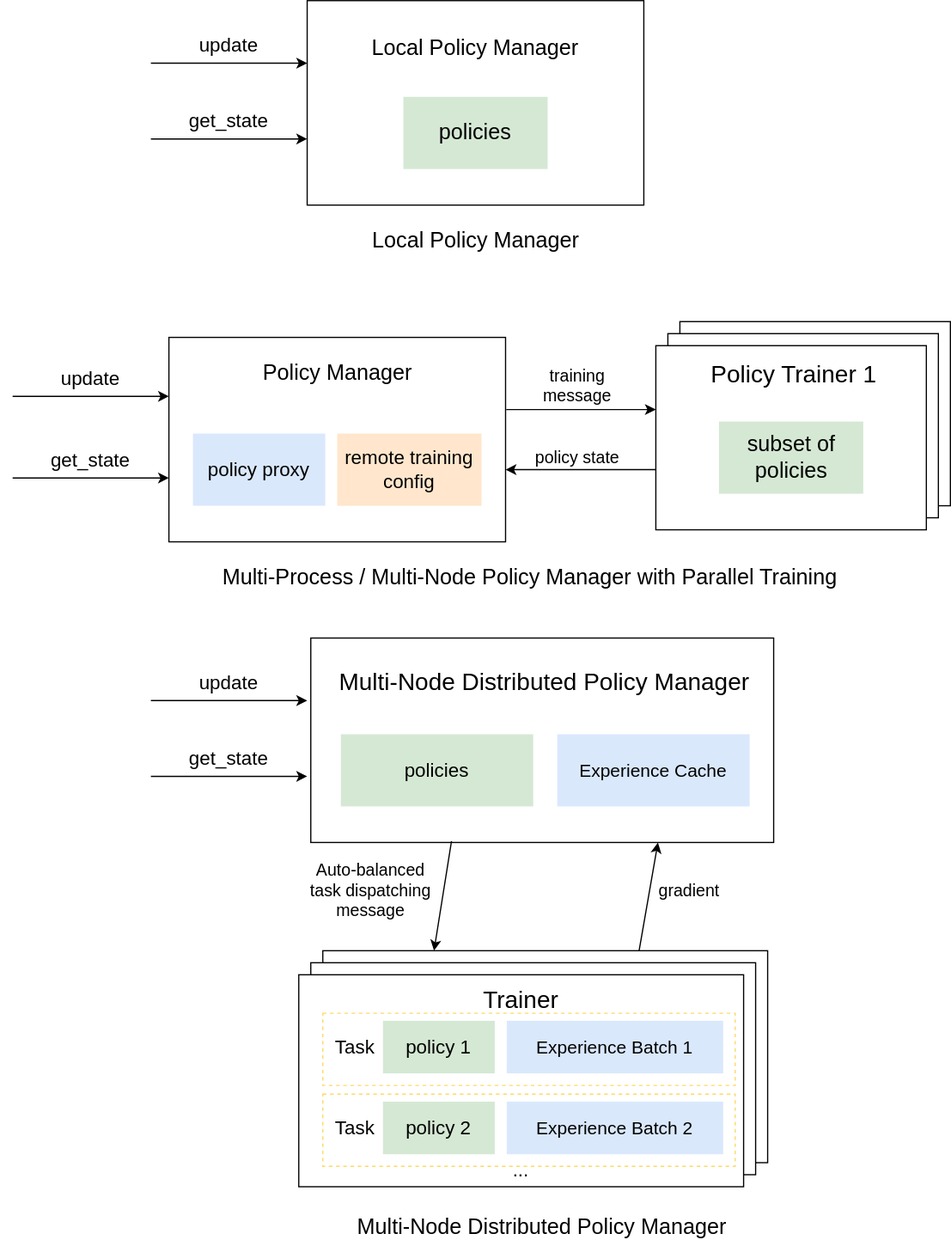
Above: docs/source/images/rl/policy_manager.svg in microsoft/maro (draw.io), before the change. Source tidied: cells renumbered, new cells last; positions are measured from the earlier drawing's top-left corner, leaving out a move shared by most shapes.
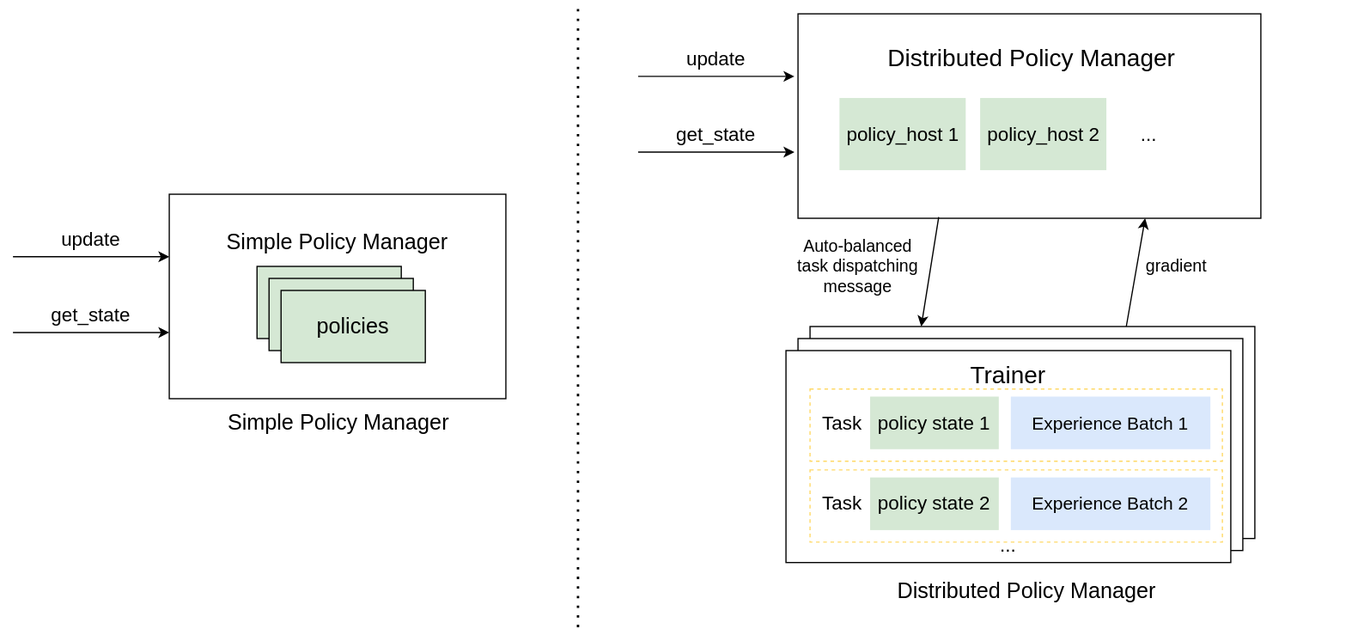
Later version of the same file.

What changed in the source:
```diff
@@ -3,108 +3,43 @@
     <mxCell id="0" />
     <mxCell id="1" parent="0" />
     <mxCell id="2" style="rounded=0;whiteSpace=wrap;html=1;fontSize=18;fillColor=none;" parent="1" vertex="1">
-      <mxGeometry x="255" width="280" height="170" as="geometry" />
+      <mxGeometry x="-265" y="680" width="280" height="170" as="geometry" />
     </mxCell>
-    <mxCell id="3" value="Local Policy Manager" style="text;html=1;strokeColor=none;fillColor=none;align=center;verticalAlign=middle;whiteSpace=wrap;rounded=0;fontSize=18;" parent="1" vertex="1">
-      <mxGeometry x="295" y="20" width="200" height="40" as="geometry" />
+    <mxCell id="3" value="Simple Policy Manager" style="text;html=1;strokeColor=none;fillColor=none;align=center;verticalAlign=middle;whiteSpace=wrap;rounded=0;fontSize=18;" parent="1" vertex="1">
+      <mxGeometry x="-225" y="700" width="200" height="40" as="geometry" />
     </mxCell>
-    <mxCell id="4" value="policies" style="rounded=0;whiteSpace=wrap;html=1;fontSize=18;fillColor=#d5e8d4;strokeColor=none;" parent="1" vertex="1">
-      <mxGeometry x="335" y="80" width="120" height="60" as="geometry" />
+    <mxCell id="4" value="policies" style="rounded=0;whiteSpace=wrap;html=1;fontSize=18;fillColor=#d5e8d4;" parent="1" vertex="1">
+      <mxGeometry x="-192" y="740" width="120" height="60" as="geometry" />
     </mxCell>
     <mxCell id="5" style="endArrow=classic;html=1;fontSize=18;entryX=0;entryY=0.5;entryDx=0;entryDy=0;" parent="1" edge="1">
       <mxGeometry relative="1" as="geometry">
-        <mxPoint x="125" y="52" as="sourcePoint" />
-        <mxPoint x="255" y="52" as="targetPoint" />
+        <mxPoint x="-395" y="732" as="sourcePoint" />
+        <mxPoint x="-265" y="732" as="targetPoint" />
       </mxGeometry>
     </mxCell>
     <mxCell id="6" value="update" style="text;html=1;strokeColor=none;fillColor=none;align=center;verticalAlign=middle;whiteSpace=wrap;rounded=0;fontSize=16;" parent="1" vertex="1">
-      <mxGeometry x="115" y="27" width="150" height="20" as="geometry" />
+      <mxGeometry x="-405" y="707" width="150" height="20" as="geometry" />
     </mxCell>
-    <mxCell id="7" style="rounded=0;whiteSpace=wrap;html=1;fontSize=18;fillColor=none;" parent="1" vertex="1">
-      <mxGeometry x="140" y="280" width="280" height="170" as="geometry" />
-    </mxCell>
-    <mxCell id="8" value="Policy Manager" style="text;html=1;strokeColor=none;fillColor=none;align=center;verticalAlign=middle;whiteSpace=wrap;rounded=0;fontSize=18;" parent="1" vertex="1">
-      <mxGeometry x="172.5" y="290" width="215" height="40" as="geometry" />
-    </mxCell>
-    <mxCell id="9" style="endArrow=classic;html=1;fontSize=18;entryX=0;entryY=0.5;entryDx=0;entryDy=0;" parent="1" edge="1">
-      <mxGeometry relative="1" as="geometry">
-        <mxPoint x="10" y="329" as="sourcePoint" />
-        <mxPoint x="140" y="329" as="targetPoint" />
-      </mxGeometry>
-    </mxCell>
-    <mxCell id="10" value="update" style="text;html=1;strokeColor=none;fillColor=none;align=center;verticalAlign=middle;whiteSpace=wrap;rounded=0;fontSize=16;" parent="1" vertex="1">
-      <mxGeometry y="304" width="150" height="20" as="geometry" />
-    </mxCell>
-    <mxCell id="11" value="policy proxy" style="rounded=0;whiteSpace=wrap;html=1;fontSize=16;fillColor=#dae8fc;strokeColor=none;" parent="1" vertex="1">
-      <mxGeometry x="160" y="360" width="110" height="60" as="geometry" />
-    </mxCell>
-    <mxCell id="12" value="remote training config" style="rounded=0;whiteSpace=wrap;html=1;fontSize=16;fillColor=#ffe6cc;strokeColor=none;" parent="1" vertex="1">
-      <mxGeometry x="280" y="360" width="120" height="60" as="geometry" />
-    </mxCell>
-    <mxCell id="13" style="rounded=0;whiteSpace=wrap;html=1;strokeColor=#000000;fontSize=12;align=center;" parent="1" vertex="1">
-      <mxGeometry x="565" y="266.9" width="225" height="153.1" as="geometry" />
-    </mxCell>
-    <mxCell id="14" style="rounded=0;whiteSpace=wrap;html=1;strokeColor=#000000;fontSize=12;align=center;" parent="1" vertex="1">
-      <mxGeometry x="555" y="276.9" width="225" height="153.1" as="geometry" />
-    </mxCell>
-    <mxCell id="15" style="rounded=0;whiteSpace=wrap;html=1;strokeColor=#000000;fontSize=15;align=center;" parent="1" vertex="1">
-      <mxGeometry x="545" y="286.9" width="225" height="153.1" as="geometry" />
-    </mxCell>
-    <mxCell id="16" value="&lt;font style=&quot;font-size: 20px&quot;&gt;Policy Trainer 1&lt;/font&gt;" style="text;html=1;strokeColor=none;fillColor=none;align=center;verticalAlign=middle;whiteSpace=wrap;rounded=0;fontSize=15;" parent="1" vertex="1">
-      <mxGeometry x="570" y="300" width="180" height="20" as="geometry" />
-    </mxCell>
-    <mxCell id="17" style="endArrow=classic;html=1;fontSize=16;exitX=1.002;exitY=0.353;exitDx=0;exitDy=0;exitPerimeter=0;" parent="1" edge="1" source="7">
-      <mxGeometry relative="1" as="geometry">
-        <mxPoint x="545" y="340" as="targetPoint" />
-      </mxGeometry>
-    </mxCell>
     <mxCell id="18" style="endArrow=classic;html=1;fontSize=18;entryX=0;entryY=0.5;entryDx=0;entryDy=0;" parent="1" edge="1">
       <mxGeometry relative="1" as="geometry">
-        <mxPoint x="125" y="115" as="sourcePoint" />
-        <mxPoint x="255" y="115" as="targetPoint" />
+        <mxPoint x="-395" y="795" as="sourcePoint" />
+        <mxPoint x="-265" y="795" as="targetPoint" />
       </mxGeometry>
     </mxCell>
     <mxCell id="19" value="get_state" style="text;html=1;strokeColor=none;fillColor=none;align=center;verticalAlign=middle;whiteSpace=wrap;rounded=0;fontSize=16;" parent="1" vertex="1">
-      <mxGeometry x="115" y="90" width="150" height="20" as="geometry" />
+      <mxGeometry x="-405" y="770" width="150" height="20" as="geometry" />
     </mxCell>
-    <mxCell id="20" style="endArrow=classic;html=1;fontSize=18;entryX=0;entryY=0.5;entryDx=0;entryDy=0;" parent="1" edge="1">
-      <mxGeometry relative="1" as="geometry">
-        <mxPoint x="10" y="396.9" as="sourcePoint" />
-        <mxPoint x="140" y="396.9" as="targetPoint" />
-      </mxGeometry>
-    </mxCell>
-    <mxCell id="21" value="get_state" style="text;html=1;strokeColor=none;fillColor=none;align=center;verticalAlign=middle;whiteSpace=wrap;rounded=0;fontSize=16;" parent="1" vertex="1">
-      <mxGeometry y="371.9" width="150" height="20" as="geometry" />
-    </mxCell>
-    <mxCell id="22" value="subset of policies" style="rounded=0;whiteSpace=wrap;html=1;fontSize=18;fillColor=#d5e8d4;strokeColor=none;" parent="1" vertex="1">
-      <mxGeometry x="597.5" y="350" width="120" height="60" as="geometry" />
-    </mxCell>
-    <mxCell id="23" value="training message" style="text;html=1;strokeColor=none;fillColor=none;align=center;verticalAlign=middle;whiteSpace=wrap;rounded=0;fontSize=14;" parent="1" vertex="1">
-      <mxGeometry x="460" y="310" width="40" height="20" as="geometry" />
-    </mxCell>
-    <mxCell id="24" style="endArrow=classic;html=1;fontSize=14;" parent="1" edge="1">
-      <mxGeometry relative="1" as="geometry">
-        <mxPoint x="545" y="390" as="sourcePoint" />
-        <mxPoint x="420" y="390" as="targetPoint" />
-      </mxGeometry>
-    </mxCell>
-    <mxCell id="25" value="policy state" style="text;html=1;strokeColor=none;fillColor=none;align=center;verticalAlign=middle;whiteSpace=wrap;rounded=0;fontSize=14;" parent="1" vertex="1">
-      <mxGeometry x="440" y="370" width="80" height="20" as="geometry" />
-    </mxCell>
-    <mxCell id="26" value="Local Policy Manager" style="text;html=1;strokeColor=none;fillColor=none;align=center;verticalAlign=middle;whiteSpace=wrap;rounded=0;fontSize=18;" parent="1" vertex="1">
-      <mxGeometry x="292.5" y="190" width="205" height="20" as="geometry" />
+    <mxCell id="26" value="Simple Policy Manager&amp;nbsp;" style="text;html=1;strokeColor=none;fillColor=none;align=center;verticalAlign=middle;whiteSpace=wrap;rounded=0;fontSize=18;" parent="1" vertex="1">
+      <mxGeometry x="-224.5" y="860" width="205" height="20" as="geometry" />
     </mxCell>
-    <mxCell id="27" value="Multi-Process / Multi-Node Policy Manager with Parallel Training" style="text;html=1;strokeColor=none;fillColor=none;align=center;verticalAlign=middle;whiteSpace=wrap;rounded=0;fontSize=18;" parent="1" vertex="1">
-      <mxGeometry x="161" y="470" width="558.8" height="20" as="geometry" />
-    </mxCell>
     <mxCell id="28" style="rounded=0;whiteSpace=wrap;html=1;fontSize=18;" parent="1" vertex="1">
       <mxGeometry x="258" y="530" width="385" height="170" as="geometry" />
     </mxCell>
-    <mxCell id="29" value="&lt;font style=&quot;font-size: 20px&quot;&gt;Multi-Node Distributed Policy Manager&lt;/font&gt;" style="text;html=1;strokeColor=none;fillColor=none;align=center;verticalAlign=middle;whiteSpace=wrap;rounded=0;fontSize=18;" parent="1" vertex="1">
+    <mxCell id="29" value="&lt;font style=&quot;font-size: 20px&quot;&gt;Distributed Policy Manager&lt;/font&gt;" style="text;html=1;strokeColor=none;fillColor=none;align=center;verticalAlign=middle;whiteSpace=wrap;rounded=0;fontSize=18;" parent="1" vertex="1">
       <mxGeometry x="279" y="547" width="347.4" height="40" as="geometry" />
     </mxCell>
-    <mxCell id="30" value="policies" style="rounded=0;whiteSpace=wrap;html=1;fontSize=16;fillColor=#d5e8d4;strokeColor=none;" parent="1" vertex="1">
-      <mxGeometry x="283" y="610" width="160" height="60" as="geometry" />
+    <mxCell id="30" value="policy_host 1" style="rounded=0;whiteSpace=wrap;html=1;fontSize=16;fillColor=#d5e8d4;strokeColor=none;" parent="1" vertex="1">
+      <mxGeometry x="292.5" y="600" width="105" height="60" as="geometry" />
     </mxCell>
     <mxCell id="31" style="endArrow=classic;html=1;fontSize=18;entryX=0;entryY=0.5;entryDx=0;entryDy=0;" parent="1" edge="1">
       <mxGeometry relative="1" as="geometry">
@@ -148,17 +83,14 @@
     <mxCell id="42" value="gradient" style="text;html=1;strokeColor=none;fillColor=none;align=center;verticalAlign=middle;whiteSpace=wrap;rounded=0;fontSize=14;" parent="1" vertex="1">
       <mxGeometry x="523" y="730" width="100" height="20" as="geometry" />
     </mxCell>
-    <mxCell id="43" value="&lt;font style=&quot;font-size: 15px&quot;&gt;Experience Cache&lt;br&gt;&lt;/font&gt;" style="rounded=0;whiteSpace=wrap;html=1;fillColor=#dae8fc;dashed=1;strokeColor=none;" parent="1" vertex="1">
-      <mxGeometry x="463" y="610" width="160" height="60" as="geometry" />
-    </mxCell>
     <mxCell id="44" style="rounded=0;whiteSpace=wrap;html=1;fillColor=none;dashed=1;strokeWidth=1;strokeColor=#FFD966;" parent="1" vertex="1">
       <mxGeometry x="268" y="842" width="343" height="60" as="geometry" />
     </mxCell>
-    <mxCell id="45" value="policy 1" style="rounded=0;whiteSpace=wrap;html=1;fontSize=16;fillColor=#d5e8d4;strokeColor=none;" parent="1" vertex="1">
-      <mxGeometry x="318" y="848.2" width="93" height="43.8" as="geometry" />
+    <mxCell id="45" value="policy state 1" style="rounded=0;whiteSpace=wrap;html=1;fontSize=16;fillColor=#d5e8d4;strokeColor=none;" parent="1" vertex="1">
+      <mxGeometry x="318" y="848.2" width="107" height="43.8" as="geometry" />
     </mxCell>
     <mxCell id="46" value="&lt;font style=&quot;font-size: 15px&quot;&gt;Experience Batch 1&lt;br&gt;&lt;/font&gt;" style="rounded=0;whiteSpace=wrap;html=1;fillColor=#dae8fc;dashed=1;strokeColor=none;" parent="1" vertex="1">
-      <mxGeometry x="421" y="848.2" width="180" height="43.8" as="geometry" />
+      <mxGeometry x="435" y="848.2" width="166" height="43.8" as="geometry" />
     </mxCell>
     <mxCell id="47" value="Task" style="text;html=1;strokeColor=none;fillColor=none;align=center;verticalAlign=middle;whiteSpace=wrap;rounded=0;dashed=1;fontSize=16;" parent="1" vertex="1">
       <mxGeometry x="275" y="860.1" width="40" height="20" as="geometry" />
@@ -166,11 +98,11 @@
     <mxCell id="48" style="rounded=0;whiteSpace=wrap;html=1;fillColor=none;dashed=1;strokeWidth=1;strokeColor=#FFD966;" parent="1" vertex="1">
       <mxGeometry x="268" y="909.2" width="343" height="60" as="geometry" />
     </mxCell>
-    <mxCell id="49" value="policy 2" style="rounded=0;whiteSpace=wrap;html=1;fontSize=16;fillColor=#d5e8d4;strokeColor=none;" parent="1" vertex="1">
-      <mxGeometry x="318" y="915.5" width="93" height="43.8" as="geometry" />
+    <mxCell id="49" value="policy state 2" style="rounded=0;whiteSpace=wrap;html=1;fontSize=16;fillColor=#d5e8d4;strokeColor=none;" parent="1" vertex="1">
+      <mxGeometry x="318" y="915.5" width="107" height="43.8" as="geometry" />
     </mxCell>
     <mxCell id="50" value="&lt;font style=&quot;font-size: 15px&quot;&gt;Experience Batch 2&lt;br&gt;&lt;/font&gt;" style="rounded=0;whiteSpace=wrap;html=1;fillColor=#dae8fc;dashed=1;strokeColor=none;" parent="1" vertex="1">
-      <mxGeometry x="421" y="915.5" width="180" height="43.8" as="geometry" />
+      <mxGeometry x="435" y="915.5" width="166" height="43.8" as="geometry" />
     </mxCell>
     <mxCell id="51" value="Task" style="text;html=1;strokeColor=none;fillColor=none;align=center;verticalAlign=middle;whiteSpace=wrap;rounded=0;dashed=1;fontSize=16;" parent="1" vertex="1">
       <mxGeometry x="275" y="927.4" width="40" height="20" as="geometry" />
@@ -178,8 +110,26 @@
     <mxCell id="52" value="..." style="text;html=1;strokeColor=none;fillColor=none;align=center;verticalAlign=middle;whiteSpace=wrap;rounded=0;dashed=1;fontSize=16;" parent="1" vertex="1">
       <mxGeometry x="413" y="962.2" width="40" height="20" as="geometry" />
     </mxCell>
-    <mxCell id="53" value="Multi-Node Distributed Policy Manager" style="text;html=1;strokeColor=none;fillColor=none;align=center;verticalAlign=middle;whiteSpace=wrap;rounded=0;fontSize=18;" parent="1" vertex="1">
-      <mxGeometry x="171.1" y="1010" width="558.8" height="20" as="geometry" />
+    <mxCell id="53" value="Distributed Policy Manager" style="text;html=1;strokeColor=none;fillColor=none;align=center;verticalAlign=middle;whiteSpace=wrap;rounded=0;fontSize=18;" parent="1" vertex="1">
+      <mxGeometry x="168.6" y="1000" width="558.8" height="20" as="geometry" />
     </mxCell>
+    <mxCell id="54" value="policies" style="rounded=0;whiteSpace=wrap;html=1;fontSize=18;fillColor=#d5e8d4;" parent="1" vertex="1">
+      <mxGeometry x="-182" y="750" width="120" height="60" as="geometry" />
+    </mxCell>
+    <mxCell id="55" value="policies" style="rounded=0;whiteSpace=wrap;html=1;fontSize=18;fillColor=#d5e8d4;" parent="1" vertex="1">
+      <mxGeometry x="-172" y="760" width="120" height="60" as="geometry" />
+    </mxCell>
+    <mxCell id="56" value="policy_host 2" style="rounded=0;whiteSpace=wrap;html=1;fontSize=16;fillColor=#d5e8d4;strokeColor=none;" parent="1" vertex="1">
+      <mxGeometry x="409.5" y="600" width="105" height="60" as="geometry" />
+    </mxCell>
+    <mxCell id="57" value="..." style="text;html=1;strokeColor=none;fillColor=none;align=center;verticalAlign=middle;whiteSpace=wrap;rounded=0;dashed=1;fontSize=16;" parent="1" vertex="1">
+      <mxGeometry x="530" y="620" width="40" height="20" as="geometry" />
+    </mxCell>
+    <mxCell id="58" style="endArrow=none;dashed=1;html=1;dashPattern=1 3;strokeWidth=2;" parent="1" edge="1">
+      <mxGeometry relative="1" as="geometry">
+        <mxPoint x="75" y="1040" as="sourcePoint" />
+        <mxPoint x="75" y="520" as="targetPoint" />
+      </mxGeometry>
+    </mxCell>
   </root>
 </mxGraphModel>
```
